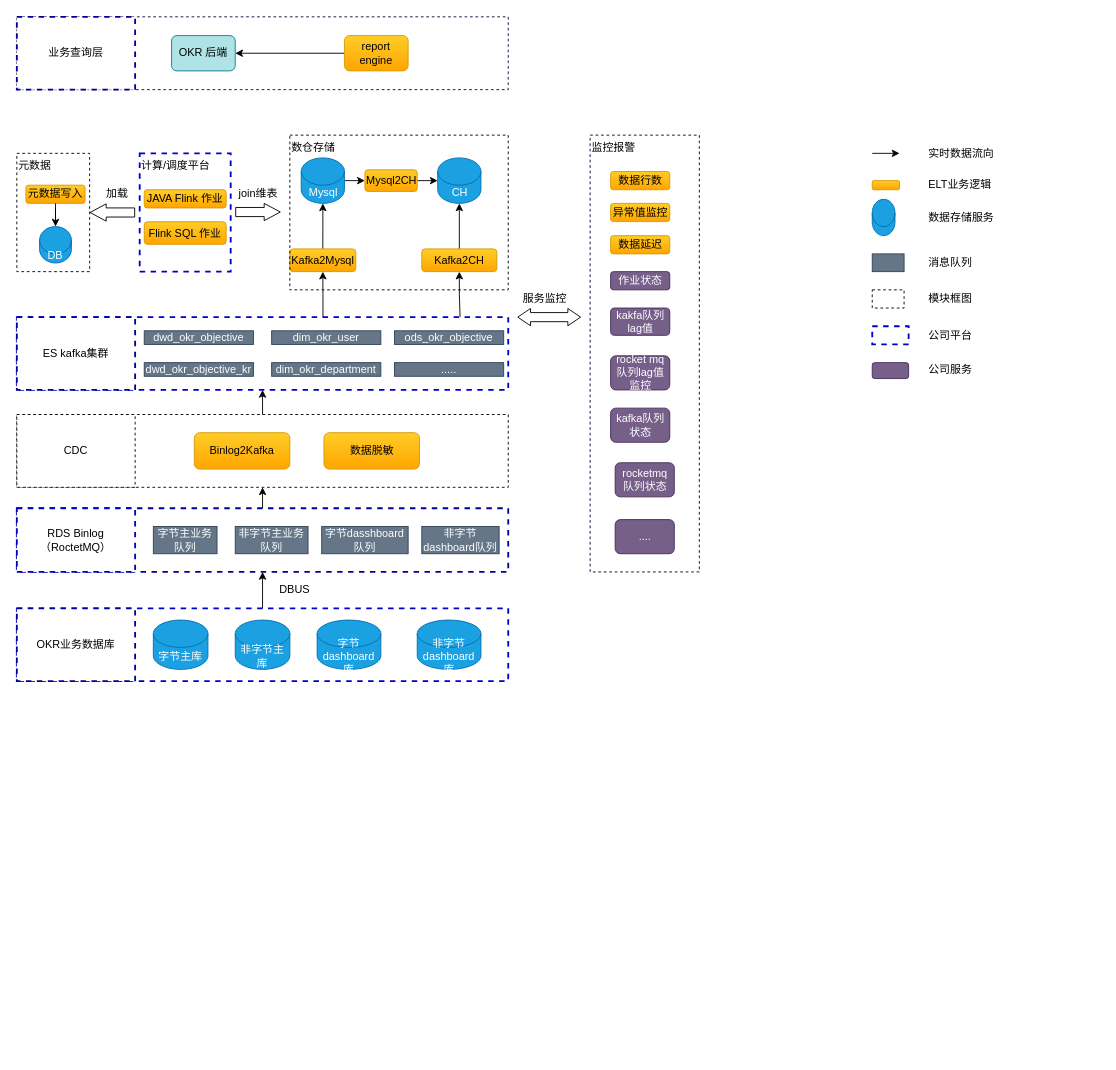
Earlier version of the draw.io diagram okrx/okrx 数据流.drawio (cicelprg/drawio). Source tidied: cells renumbered, new cells numbered last; positions are measured from the earlier drawing's top-left corner, leaving out a move shared by most shapes. Both pictures are drawn from the tidied source at 91%, with x=0, y=0 at pixel (16, 16).
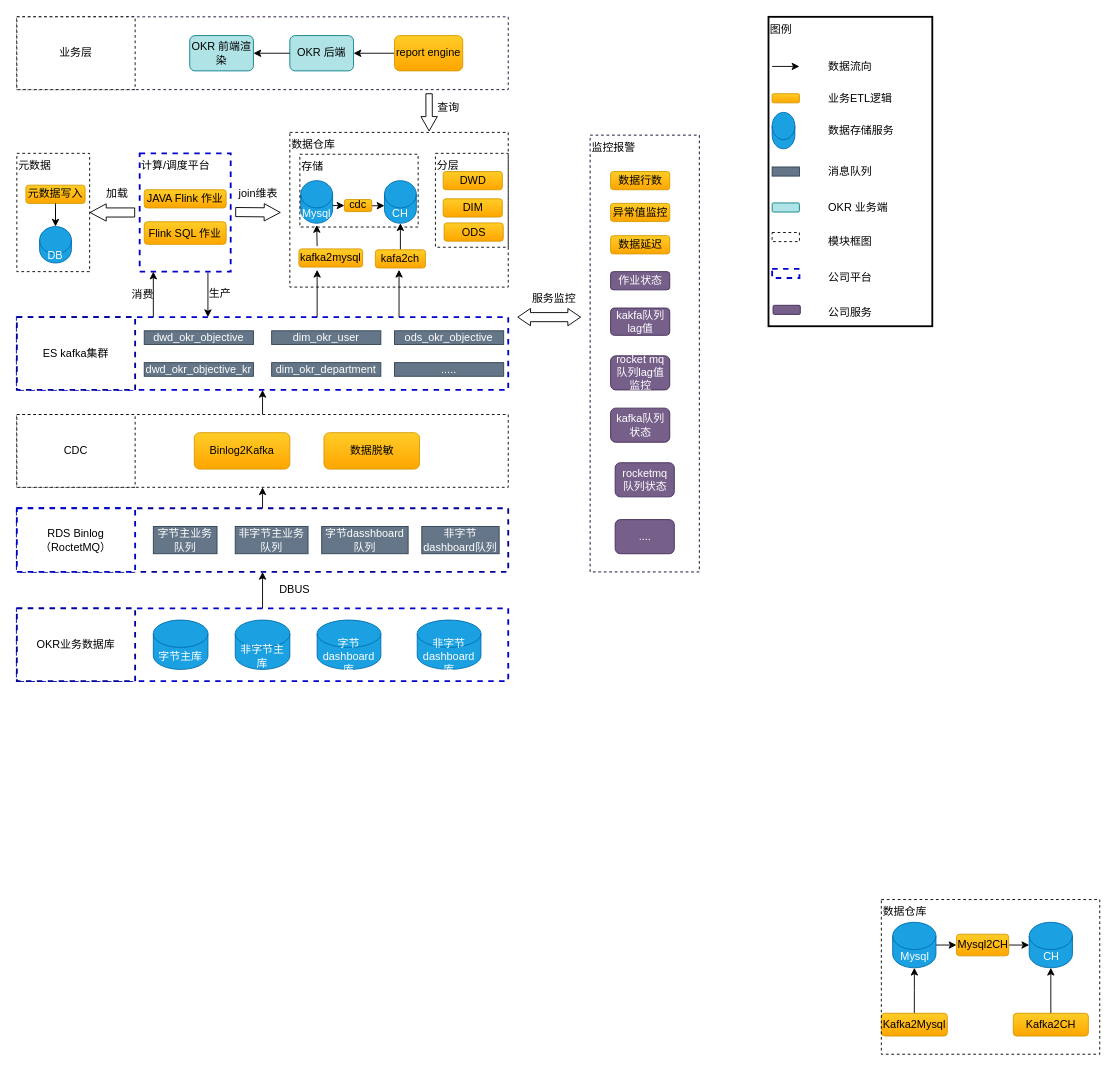
Above is the later version.

Unchanged cells that the change refers to:
```xml
<mxCell id="18" style="rounded=0;whiteSpace=wrap;html=1;strokeWidth=2;fillColor=none;align=left;dashed=1;strokeColor=#0000CC;" parent="1" vertex="1">
  <mxGeometry y="330" width="540" height="80" as="geometry" />
</mxCell>
```

What changed in the source:
```diff
@@
-    <mxCell id="16" style="edgeStyle=orthogonalEdgeStyle;rounded=0;jettySize=auto;html=1;exitX=0.623;exitY=0;exitDx=0;exitDy=0;entryX=0.5;entryY=1;entryDx=0;entryDy=0;startArrow=none;startFill=0;endArrow=classic;endFill=1;strokeWidth=1;exitPerimeter=0;" parent="1" edge="1" source="18" target="25">
-      <mxGeometry relative="1" as="geometry" />
-    </mxCell>
@@
-    <mxCell id="21" style="edgeStyle=orthogonalEdgeStyle;rounded=0;jettySize=auto;html=1;exitX=1;exitY=0.5;exitDx=0;exitDy=0;exitPerimeter=0;entryX=0;entryY=0.5;entryDx=0;entryDy=0;startArrow=none;startFill=0;endArrow=classic;endFill=1;strokeWidth=1;" parent="1" edge="1" source="22" target="36">
-      <mxGeometry relative="1" as="geometry" />
-    </mxCell>
-    <mxCell id="22" value="Mysql" style="shape=cylinder3;whiteSpace=wrap;html=1;boundedLbl=1;backgroundOutline=1;size=15;strokeWidth=1;fillColor=#1ba1e2;align=center;strokeColor=#006EAF;fontColor=#ffffff;" parent="1" vertex="1">
-      <mxGeometry x="312.5" y="155" width="47.5" height="50" as="geometry" />
-    </mxCell>
-    <mxCell id="23" value="CH" style="shape=cylinder3;whiteSpace=wrap;html=1;boundedLbl=1;backgroundOutline=1;size=15;strokeWidth=1;fillColor=#1ba1e2;align=center;strokeColor=#006EAF;fontColor=#ffffff;" parent="1" vertex="1">
-      <mxGeometry x="462.5" y="155" width="47.5" height="50" as="geometry" />
-    </mxCell>
-    <mxCell id="24" style="edgeStyle=orthogonalEdgeStyle;rounded=0;jettySize=auto;html=1;exitX=0.5;exitY=0;exitDx=0;exitDy=0;startArrow=none;startFill=0;endArrow=classic;endFill=1;strokeWidth=1;" parent="1" edge="1" source="25" target="22">
-      <mxGeometry relative="1" as="geometry" />
-    </mxCell>
-    <mxCell id="25" value="Kafka2Mysql" style="rounded=1;whiteSpace=wrap;html=1;strokeWidth=1;fillColor=#ffcd28;align=center;strokeColor=#d79b00;gradientColor=#ffa500;" parent="1" vertex="1">
-      <mxGeometry x="300" y="255" width="72.5" height="25" as="geometry" />
-    </mxCell>
-    <mxCell id="26" style="edgeStyle=orthogonalEdgeStyle;rounded=0;jettySize=auto;html=1;exitX=0.5;exitY=0;exitDx=0;exitDy=0;entryX=0.5;entryY=1;entryDx=0;entryDy=0;entryPerimeter=0;startArrow=none;startFill=0;endArrow=classic;endFill=1;strokeWidth=1;" parent="1" edge="1" source="28" target="23">
-      <mxGeometry relative="1" as="geometry" />
-    </mxCell>
-    <mxCell id="27" style="edgeStyle=orthogonalEdgeStyle;rounded=0;jettySize=auto;html=1;exitX=0.5;exitY=1;exitDx=0;exitDy=0;entryX=0.902;entryY=0;entryDx=0;entryDy=0;entryPerimeter=0;startArrow=classic;startFill=1;endArrow=none;endFill=0;strokeWidth=1;" parent="1" edge="1" source="28" target="18">
-      <mxGeometry relative="1" as="geometry" />
-    </mxCell>
-    <mxCell id="28" value="Kafka2CH" style="rounded=1;whiteSpace=wrap;html=1;strokeWidth=1;fillColor=#ffcd28;align=center;strokeColor=#d79b00;gradientColor=#ffa500;" parent="1" vertex="1">
-      <mxGeometry x="445" y="255" width="82.5" height="25" as="geometry" />
-    </mxCell>
@@
-    <mxCell id="30" value="数仓存储" style="rounded=0;whiteSpace=wrap;html=1;strokeWidth=1;fillColor=none;align=left;verticalAlign=top;dashed=1;" parent="1" vertex="1">
-      <mxGeometry x="300" y="130" width="240" height="170" as="geometry" />
-    </mxCell>
@@
     <mxCell id="32" style="edgeStyle=orthogonalEdgeStyle;rounded=0;orthogonalLoop=1;jettySize=auto;html=1;entryX=0.6;entryY=0;entryDx=0;entryDy=0;entryPerimeter=0;strokeWidth=1;endArrow=none;endFill=0;startArrow=classic;startFill=1;" parent="1" edge="1">
       <mxGeometry relative="1" as="geometry">
-        <mxPoint x="970" y="150" as="sourcePoint" />
-        <mxPoint x="940" y="150" as="targetPoint" />
+        <mxPoint x="860" y="54.5" as="sourcePoint" />
+        <mxPoint x="830" y="54.5" as="targetPoint" />
       </mxGeometry>
     </mxCell>
-    <mxCell id="33" value="实时数据流向" style="text;html=1;align=left;verticalAlign=middle;" parent="1" vertex="1">
-      <mxGeometry x="1000" y="140" width="90" height="20" as="geometry" />
+    <mxCell id="33" value="数据流向" style="text;html=1;align=left;verticalAlign=middle;" parent="1" vertex="1">
+      <mxGeometry x="890" y="44.5" width="60" height="20" as="geometry" />
     </mxCell>
     <mxCell id="34" style="rounded=1;whiteSpace=wrap;html=1;strokeWidth=1;fillColor=#ffcd28;align=center;strokeColor=#d79b00;gradientColor=#ffa500;" parent="1" vertex="1">
-      <mxGeometry x="940" y="180" width="30" height="10" as="geometry" />
+      <mxGeometry x="830" y="84.5" width="30" height="10" as="geometry" />
     </mxCell>
-    <mxCell id="35" style="edgeStyle=orthogonalEdgeStyle;rounded=0;jettySize=auto;html=1;exitX=1;exitY=0.5;exitDx=0;exitDy=0;entryX=0;entryY=0.5;entryDx=0;entryDy=0;entryPerimeter=0;startArrow=none;startFill=0;endArrow=classic;endFill=1;strokeWidth=1;" parent="1" edge="1" source="36" target="23">
-      <mxGeometry relative="1" as="geometry" />
-    </mxCell>
-    <mxCell id="36" value="Mysql2CH" style="rounded=1;whiteSpace=wrap;html=1;strokeWidth=1;fillColor=#ffcd28;align=center;strokeColor=#d79b00;gradientColor=#ffa500;" parent="1" vertex="1">
-      <mxGeometry x="382.5" y="168.1" width="57.5" height="23.8" as="geometry" />
-    </mxCell>
-    <mxCell id="37" value="ELT业务逻辑" style="text;html=1;align=left;verticalAlign=middle;" parent="1" vertex="1">
-      <mxGeometry x="1000" y="175" width="80" height="20" as="geometry" />
+    <mxCell id="37" value="业务ETL逻辑" style="text;html=1;align=left;verticalAlign=middle;" parent="1" vertex="1">
+      <mxGeometry x="890" y="79.5" width="90" height="20" as="geometry" />
     </mxCell>
     <mxCell id="38" style="shape=cylinder3;whiteSpace=wrap;html=1;boundedLbl=1;backgroundOutline=1;size=15;strokeWidth=1;fillColor=#1ba1e2;align=center;strokeColor=#006EAF;fontColor=#ffffff;" parent="1" vertex="1">
-      <mxGeometry x="940" y="200.5" width="25" height="40" as="geometry" />
+      <mxGeometry x="830" y="105" width="25" height="40" as="geometry" />
     </mxCell>
     <mxCell id="39" value="数据存储服务" style="text;html=1;align=left;verticalAlign=middle;" parent="1" vertex="1">
-      <mxGeometry x="1000" y="210.5" width="90" height="20" as="geometry" />
+      <mxGeometry x="890" y="115" width="90" height="20" as="geometry" />
     </mxCell>
     <mxCell id="40" style="rounded=0;whiteSpace=wrap;html=1;strokeWidth=1;fillColor=#647687;align=center;strokeColor=#314354;fontColor=#ffffff;" parent="1" vertex="1">
-      <mxGeometry x="940" y="260.5" width="35" height="19.5" as="geometry" />
+      <mxGeometry x="830" y="165" width="30" height="10" as="geometry" />
     </mxCell>
     <mxCell id="41" value="消息队列" style="text;html=1;align=left;verticalAlign=middle;" parent="1" vertex="1">
-      <mxGeometry x="1000" y="260" width="60" height="20" as="geometry" />
+      <mxGeometry x="890" y="159.5" width="60" height="20" as="geometry" />
     </mxCell>
     <mxCell id="42" style="rounded=0;whiteSpace=wrap;html=1;strokeWidth=1;fillColor=none;align=left;dashed=1;" parent="1" vertex="1">
-      <mxGeometry x="940" y="300" width="35" height="20" as="geometry" />
+      <mxGeometry x="830" y="237" width="30" height="10" as="geometry" />
     </mxCell>
     <mxCell id="43" value="模块框图" style="text;html=1;align=left;verticalAlign=middle;" parent="1" vertex="1">
-      <mxGeometry x="1000" y="300" width="60" height="20" as="geometry" />
+      <mxGeometry x="890" y="237" width="60" height="20" as="geometry" />
     </mxCell>
@@
     <mxCell id="56" style="rounded=0;whiteSpace=wrap;html=1;strokeWidth=2;fillColor=none;align=left;dashed=1;strokeColor=#0000CC;" parent="1" vertex="1">
-      <mxGeometry x="940" y="340" width="40" height="20" as="geometry" />
+      <mxGeometry x="830" y="277" width="30" height="10" as="geometry" />
     </mxCell>
     <mxCell id="57" value="公司平台" style="text;html=1;align=left;verticalAlign=middle;" parent="1" vertex="1">
-      <mxGeometry x="1000" y="340" width="60" height="20" as="geometry" />
+      <mxGeometry x="890" y="277" width="60" height="20" as="geometry" />
     </mxCell>
@@
     <mxCell id="65" style="rounded=1;whiteSpace=wrap;html=1;strokeWidth=1;fillColor=#76608a;align=center;strokeColor=#432D57;fontColor=#ffffff;" parent="1" vertex="1">
-      <mxGeometry x="940" y="380" width="40" height="17.5" as="geometry" />
+      <mxGeometry x="831" y="317" width="30" height="10" as="geometry" />
     </mxCell>
     <mxCell id="66" value="公司服务" style="text;html=1;align=left;verticalAlign=middle;" parent="1" vertex="1">
-      <mxGeometry x="1000" y="377.5" width="60" height="20" as="geometry" />
+      <mxGeometry x="890" y="314.5" width="60" height="20" as="geometry" />
     </mxCell>
@@
     <mxCell id="76" style="shape=flexArrow;endArrow=classic;html=1;strokeWidth=1;endWidth=8;endSize=5.56;" parent="1" edge="1">
       <mxGeometry relative="1" as="geometry">
         <mxPoint x="240" y="214.5" as="sourcePoint" />
-        <mxPoint x="290" y="214.5" as="targetPoint" />
+        <mxPoint x="290" y="215" as="targetPoint" />
       </mxGeometry>
     </mxCell>
@@
     <mxCell id="79" value="服务监控" style="text;html=1;align=center;verticalAlign=middle;" parent="1" vertex="1">
-      <mxGeometry x="550" y="300" width="60" height="20" as="geometry" />
+      <mxGeometry x="560" y="300" width="60" height="20" as="geometry" />
     </mxCell>
-    <mxCell id="80" value="业务查询层" style="whiteSpace=wrap;html=1;strokeWidth=2;align=center;dashed=1;strokeColor=#000099;" parent="1" vertex="1">
+    <mxCell id="80" value="业务层" style="whiteSpace=wrap;html=1;strokeWidth=1;align=center;dashed=1;" parent="1" vertex="1">
       <mxGeometry width="130" height="80" as="geometry" />
     </mxCell>
@@
     <mxCell id="82" value="OKR 后端" style="rounded=1;whiteSpace=wrap;html=1;strokeWidth=1;fillColor=#b0e3e6;align=center;strokeColor=#0e8088;" parent="1" vertex="1">
-      <mxGeometry x="170" y="20.6" width="70" height="38.8" as="geometry" />
+      <mxGeometry x="300" y="20.6" width="70" height="38.8" as="geometry" />
     </mxCell>
     <mxCell id="83" value="report engine" style="rounded=1;whiteSpace=wrap;html=1;strokeWidth=1;fillColor=#ffcd28;align=center;strokeColor=#d79b00;gradientColor=#ffa500;" parent="1" vertex="1">
-      <mxGeometry x="360" y="20.6" width="70" height="38.8" as="geometry" />
+      <mxGeometry x="415" y="20.6" width="75" height="38.8" as="geometry" />
     </mxCell>
+    <mxCell id="84" style="edgeStyle=orthogonalEdgeStyle;rounded=0;jettySize=auto;html=1;exitX=1;exitY=0.5;exitDx=0;exitDy=0;entryX=0;entryY=0.5;entryDx=0;entryDy=0;startArrow=classic;startFill=1;endArrow=none;endFill=0;strokeWidth=1;" parent="1" edge="1" source="85" target="82">
+      <mxGeometry relative="1" as="geometry" />
+    </mxCell>
+    <mxCell id="85" value="OKR 前端渲染" style="rounded=1;whiteSpace=wrap;html=1;strokeWidth=1;fillColor=#b0e3e6;align=center;strokeColor=#0e8088;" parent="1" vertex="1">
+      <mxGeometry x="190" y="20.6" width="70" height="38.8" as="geometry" />
+    </mxCell>
+    <mxCell id="86" style="rounded=1;whiteSpace=wrap;html=1;strokeWidth=1;fillColor=#b0e3e6;align=center;strokeColor=#0e8088;" parent="1" vertex="1">
+      <mxGeometry x="830" y="204.5" width="30" height="10" as="geometry" />
+    </mxCell>
+    <mxCell id="87" value="OKR 业务端" style="text;html=1;align=left;verticalAlign=middle;" parent="1" vertex="1">
+      <mxGeometry x="890" y="199.5" width="80" height="20" as="geometry" />
+    </mxCell>
+    <mxCell id="88" value="图例" style="rounded=0;whiteSpace=wrap;html=1;strokeWidth=2;fillColor=none;align=left;verticalAlign=top;" parent="1" vertex="1">
+      <mxGeometry x="826" width="180" height="340" as="geometry" />
+    </mxCell>
+    <mxCell id="89" style="shape=flexArrow;endArrow=classic;html=1;strokeWidth=1;width=7;endSize=4.93;endWidth=10;entryX=0.638;entryY=-0.024;entryDx=0;entryDy=0;entryPerimeter=0;" parent="1" edge="1">
+      <mxGeometry relative="1" as="geometry">
+        <mxPoint x="453" y="84" as="sourcePoint" />
+        <mxPoint x="453.1" y="125.9" as="targetPoint" />
+      </mxGeometry>
+    </mxCell>
+    <mxCell id="90" style="endArrow=classic;html=1;strokeWidth=1;" parent="1" edge="1">
+      <mxGeometry relative="1" as="geometry">
+        <mxPoint x="150" y="330" as="sourcePoint" />
+        <mxPoint x="150" y="280" as="targetPoint" />
+      </mxGeometry>
+    </mxCell>
+    <mxCell id="91" style="endArrow=none;html=1;strokeWidth=1;startArrow=classic;startFill=1;endFill=0;" parent="1" edge="1">
+      <mxGeometry relative="1" as="geometry">
+        <mxPoint x="210" y="330" as="sourcePoint" />
+        <mxPoint x="210" y="281" as="targetPoint" />
+      </mxGeometry>
+    </mxCell>
+    <mxCell id="92" value="消费" style="text;html=1;align=center;verticalAlign=middle;" parent="1" vertex="1">
+      <mxGeometry x="118" y="296" width="40" height="20" as="geometry" />
+    </mxCell>
+    <mxCell id="93" value="生产" style="text;html=1;align=center;verticalAlign=middle;" parent="1" vertex="1">
+      <mxGeometry x="203" y="294" width="40" height="20" as="geometry" />
+    </mxCell>
+    <mxCell id="94" style="edgeStyle=orthogonalEdgeStyle;rounded=0;orthogonalLoop=1;jettySize=auto;html=1;exitX=0.5;exitY=1;exitDx=0;exitDy=0;exitPerimeter=0;startArrow=classic;startFill=1;endArrow=none;endFill=0;strokeWidth=1;" parent="1" edge="1">
+      <mxGeometry relative="1" as="geometry">
+        <mxPoint x="329.5" y="228.8" as="sourcePoint" />
+        <mxPoint x="330" y="252" as="targetPoint" />
+      </mxGeometry>
+    </mxCell>
+    <mxCell id="95" value="Mysql" style="shape=cylinder3;whiteSpace=wrap;html=1;boundedLbl=1;backgroundOutline=1;size=15;strokeWidth=1;fillColor=#1ba1e2;align=center;strokeColor=#006EAF;fontColor=#ffffff;" parent="1" vertex="1">
+      <mxGeometry x="312" y="180" width="35" height="46.8" as="geometry" />
+    </mxCell>
+    <mxCell id="96" value="数据仓库" style="rounded=0;whiteSpace=wrap;html=1;strokeWidth=1;fillColor=none;align=left;verticalAlign=top;dashed=1;" parent="1" vertex="1">
+      <mxGeometry x="300" y="127" width="240" height="170" as="geometry" />
+    </mxCell>
+    <mxCell id="97" value="存储" style="rounded=0;whiteSpace=wrap;html=1;strokeWidth=1;fillColor=none;align=left;verticalAlign=top;dashed=1;" parent="1" vertex="1">
+      <mxGeometry x="311" y="151" width="130" height="80" as="geometry" />
+    </mxCell>
+    <mxCell id="98" value="分层" style="rounded=0;whiteSpace=wrap;html=1;strokeWidth=1;fillColor=none;align=left;verticalAlign=top;dashed=1;" parent="1" vertex="1">
+      <mxGeometry x="460" y="150" width="80" height="103.2" as="geometry" />
+    </mxCell>
+    <mxCell id="99" value="ODS" style="rounded=1;whiteSpace=wrap;html=1;strokeWidth=1;fillColor=#ffcd28;align=center;strokeColor=#d79b00;gradientColor=#ffa500;" parent="1" vertex="1">
+      <mxGeometry x="469.5" y="226.5" width="65" height="20" as="geometry" />
+    </mxCell>
+    <mxCell id="100" value="DIM" style="rounded=1;whiteSpace=wrap;html=1;strokeWidth=1;fillColor=#ffcd28;align=center;strokeColor=#d79b00;gradientColor=#ffa500;" parent="1" vertex="1">
+      <mxGeometry x="468.5" y="200" width="65" height="20" as="geometry" />
+    </mxCell>
+    <mxCell id="101" value="DWD" style="rounded=1;whiteSpace=wrap;html=1;strokeWidth=1;fillColor=#ffcd28;align=center;strokeColor=#d79b00;gradientColor=#ffa500;" parent="1" vertex="1">
+      <mxGeometry x="468.5" y="170" width="65" height="20" as="geometry" />
+    </mxCell>
+    <mxCell id="102" style="edgeStyle=orthogonalEdgeStyle;rounded=0;jettySize=auto;html=1;exitX=0;exitY=0;exitDx=0;exitDy=27.5625;exitPerimeter=0;entryX=1;entryY=0.5;entryDx=0;entryDy=0;startArrow=classic;startFill=1;endArrow=none;endFill=0;strokeWidth=1;" parent="1" edge="1" source="104" target="106">
+      <mxGeometry relative="1" as="geometry" />
+    </mxCell>
+    <mxCell id="103" style="edgeStyle=orthogonalEdgeStyle;rounded=0;jettySize=auto;html=1;exitX=0.5;exitY=1;exitDx=0;exitDy=0;exitPerimeter=0;startArrow=classic;startFill=1;endArrow=none;endFill=0;strokeWidth=1;entryX=0.5;entryY=0;entryDx=0;entryDy=0;" parent="1" edge="1" source="104" target="107">
+      <mxGeometry relative="1" as="geometry" />
+    </mxCell>
+    <mxCell id="104" value="CH" style="shape=cylinder3;whiteSpace=wrap;html=1;boundedLbl=1;backgroundOutline=1;size=15;strokeWidth=1;fillColor=#1ba1e2;align=center;strokeColor=#006EAF;fontColor=#ffffff;" parent="1" vertex="1">
+      <mxGeometry x="404" y="180" width="35" height="46.8" as="geometry" />
+    </mxCell>
+    <mxCell id="105" style="edgeStyle=orthogonalEdgeStyle;rounded=0;jettySize=auto;html=1;exitX=0;exitY=0.5;exitDx=0;exitDy=0;entryX=1;entryY=0;entryDx=0;entryDy=27.5625;entryPerimeter=0;startArrow=classic;startFill=1;endArrow=none;endFill=0;strokeWidth=1;" parent="1" edge="1" source="106" target="95">
+      <mxGeometry relative="1" as="geometry" />
+    </mxCell>
+    <mxCell id="106" value="cdc" style="rounded=1;whiteSpace=wrap;html=1;strokeWidth=1;fillColor=#ffcd28;align=center;strokeColor=#d79b00;gradientColor=#ffa500;" parent="1" vertex="1">
+      <mxGeometry x="360" y="200.8" width="30" height="13.2" as="geometry" />
+    </mxCell>
+    <mxCell id="107" value="kafa2ch" style="rounded=1;whiteSpace=wrap;html=1;strokeWidth=1;fillColor=#ffcd28;align=center;strokeColor=#d79b00;gradientColor=#ffa500;" parent="1" vertex="1">
+      <mxGeometry x="394" y="256" width="55" height="20" as="geometry" />
+    </mxCell>
+    <mxCell id="108" value="kafka2mysql" style="rounded=1;whiteSpace=wrap;html=1;strokeWidth=1;fillColor=#ffcd28;align=center;strokeColor=#d79b00;gradientColor=#ffa500;" parent="1" vertex="1">
+      <mxGeometry x="310" y="255" width="70" height="20" as="geometry" />
+    </mxCell>
+    <mxCell id="109" style="edgeStyle=orthogonalEdgeStyle;rounded=0;jettySize=auto;html=1;exitX=1;exitY=0.5;exitDx=0;exitDy=0;exitPerimeter=0;entryX=0;entryY=0.5;entryDx=0;entryDy=0;startArrow=none;startFill=0;endArrow=classic;endFill=1;strokeWidth=1;" parent="1" edge="1" source="110" target="36">
+      <mxGeometry relative="1" as="geometry" />
+    </mxCell>
+    <mxCell id="110" value="Mysql" style="shape=cylinder3;whiteSpace=wrap;html=1;boundedLbl=1;backgroundOutline=1;size=15;strokeWidth=1;fillColor=#1ba1e2;align=center;strokeColor=#006EAF;fontColor=#ffffff;" parent="1" vertex="1">
+      <mxGeometry x="962.5" y="995" width="47.5" height="50" as="geometry" />
+    </mxCell>
+    <mxCell id="111" value="CH" style="shape=cylinder3;whiteSpace=wrap;html=1;boundedLbl=1;backgroundOutline=1;size=15;strokeWidth=1;fillColor=#1ba1e2;align=center;strokeColor=#006EAF;fontColor=#ffffff;" parent="1" vertex="1">
+      <mxGeometry x="1112.5" y="995" width="47.5" height="50" as="geometry" />
+    </mxCell>
+    <mxCell id="112" style="edgeStyle=orthogonalEdgeStyle;rounded=0;jettySize=auto;html=1;exitX=0.5;exitY=0;exitDx=0;exitDy=0;startArrow=none;startFill=0;endArrow=classic;endFill=1;strokeWidth=1;" parent="1" edge="1" source="25" target="110">
+      <mxGeometry relative="1" as="geometry" />
+    </mxCell>
+    <mxCell id="25" value="Kafka2Mysql" style="rounded=1;whiteSpace=wrap;html=1;strokeWidth=1;fillColor=#ffcd28;align=center;strokeColor=#d79b00;gradientColor=#ffa500;" parent="1" vertex="1">
+      <mxGeometry x="950" y="1095" width="72.5" height="25" as="geometry" />
+    </mxCell>
+    <mxCell id="113" style="edgeStyle=orthogonalEdgeStyle;rounded=0;jettySize=auto;html=1;exitX=0.5;exitY=0;exitDx=0;exitDy=0;entryX=0.5;entryY=1;entryDx=0;entryDy=0;entryPerimeter=0;startArrow=none;startFill=0;endArrow=classic;endFill=1;strokeWidth=1;" parent="1" edge="1" source="28" target="111">
+      <mxGeometry relative="1" as="geometry" />
+    </mxCell>
+    <mxCell id="28" value="Kafka2CH" style="rounded=1;whiteSpace=wrap;html=1;strokeWidth=1;fillColor=#ffcd28;align=center;strokeColor=#d79b00;gradientColor=#ffa500;" parent="1" vertex="1">
+      <mxGeometry x="1095" y="1095" width="82.5" height="25" as="geometry" />
+    </mxCell>
+    <mxCell id="114" value="数据仓库" style="rounded=0;whiteSpace=wrap;html=1;strokeWidth=1;fillColor=none;align=left;verticalAlign=top;dashed=1;" parent="1" vertex="1">
+      <mxGeometry x="950" y="970" width="240" height="170" as="geometry" />
+    </mxCell>
+    <mxCell id="115" style="edgeStyle=orthogonalEdgeStyle;rounded=0;jettySize=auto;html=1;exitX=1;exitY=0.5;exitDx=0;exitDy=0;entryX=0;entryY=0.5;entryDx=0;entryDy=0;entryPerimeter=0;startArrow=none;startFill=0;endArrow=classic;endFill=1;strokeWidth=1;" parent="1" edge="1" source="36" target="111">
+      <mxGeometry relative="1" as="geometry" />
+    </mxCell>
+    <mxCell id="36" value="Mysql2CH" style="rounded=1;whiteSpace=wrap;html=1;strokeWidth=1;fillColor=#ffcd28;align=center;strokeColor=#d79b00;gradientColor=#ffa500;" parent="1" vertex="1">
+      <mxGeometry x="1032.5" y="1008.1" width="57.5" height="23.8" as="geometry" />
+    </mxCell>
+    <mxCell id="116" style="endArrow=classic;html=1;strokeWidth=1;" parent="1" edge="1">
+      <mxGeometry relative="1" as="geometry">
+        <mxPoint x="420" y="330" as="sourcePoint" />
+        <mxPoint x="420" y="278" as="targetPoint" />
+      </mxGeometry>
+    </mxCell>
+    <mxCell id="117" style="endArrow=classic;html=1;strokeWidth=1;" parent="1" edge="1">
+      <mxGeometry relative="1" as="geometry">
+        <mxPoint x="330" y="330" as="sourcePoint" />
+        <mxPoint x="330" y="278" as="targetPoint" />
+      </mxGeometry>
+    </mxCell>
+    <mxCell id="118" value="查询" style="text;html=1;align=center;verticalAlign=middle;" parent="1" vertex="1">
+      <mxGeometry x="454" y="90" width="40" height="20" as="geometry" />
+    </mxCell>
```
